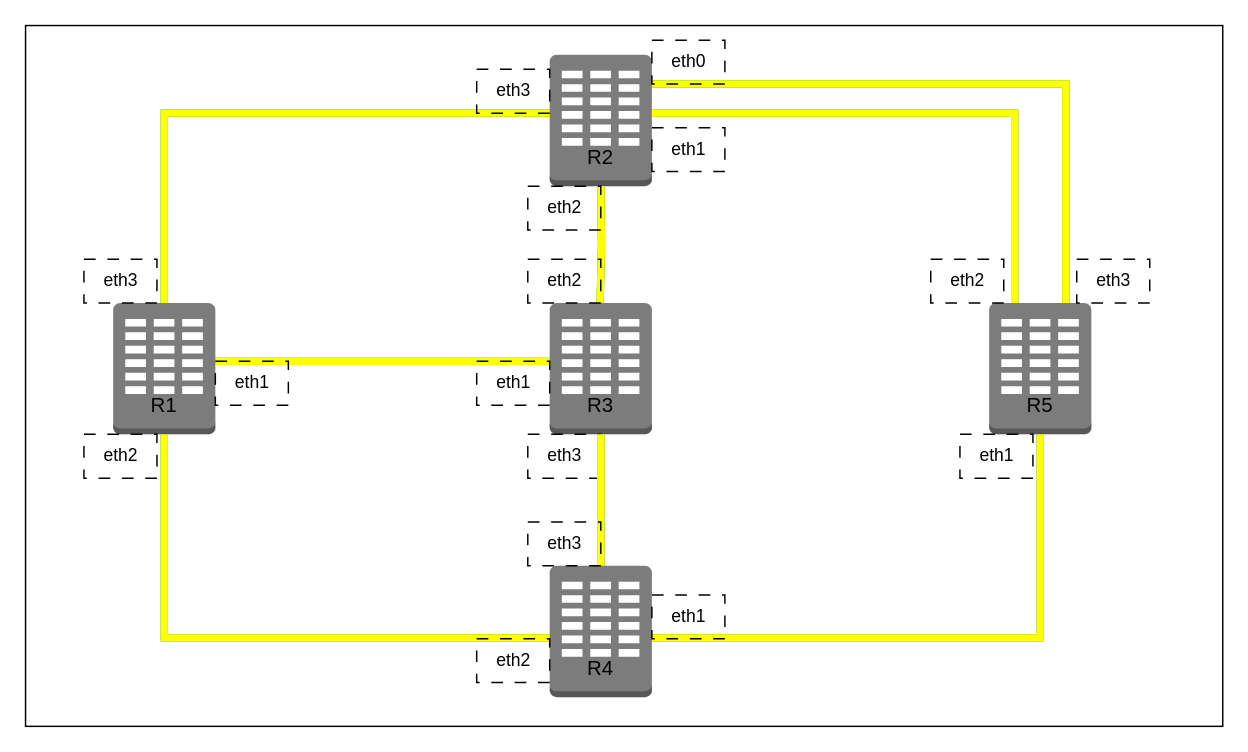
UsamG1t/Nets_ASVK_Labs keeps this draw.io diagram as 06_STP/Attached_materials/06_STP_work.drawio. Above is the earlier version. Source tidied: cells renumbered, new cells numbered last; positions are measured from the earlier drawing's top-left corner, leaving out a move shared by most shapes. Both pictures are drawn from the tidied source at 146%, with x=0, y=0 at pixel (25, 25).
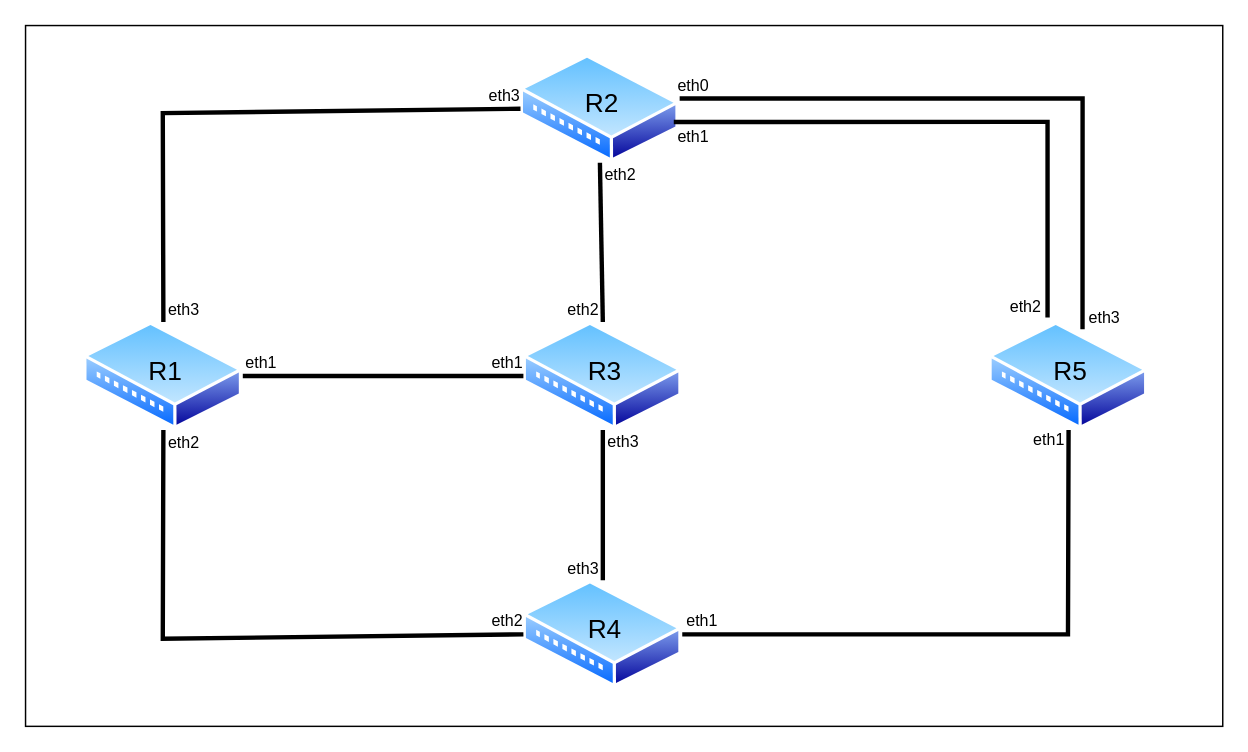
The same page after the edit.

Change to the diagram source:
```diff
@@
-    <mxCell id="3" style="group;" parent="1" vertex="1">
-      <mxGeometry x="60" y="190" width="70" height="100" as="geometry" />
-    </mxCell>
-    <mxCell id="4" style="outlineConnect=0;dashed=0;verticalLabelPosition=bottom;verticalAlign=top;align=center;html=1;shape=mxgraph.aws3.corporate_data_center;fillColor=#7D7C7C;gradientColor=none;" parent="3" vertex="1">
-      <mxGeometry width="70" height="90" as="geometry" />
-    </mxCell>
+    <mxCell id="42" style="image;perimeter=ellipsePerimeter;html=1;align=center;shadow=0;dashed=0;spacingTop=3;image=img/lib/active_directory/wiring_hub.svg;" parent="1" vertex="1">
+      <mxGeometry x="40" y="203" width="108.8" height="74" as="geometry" />
+    </mxCell>
-    <mxCell id="5" value="&lt;span style=&quot;font-size: 14px;&quot;&gt;R1&lt;/span&gt;" style="text;html=1;align=center;verticalAlign=middle;whiteSpace=wrap;rounded=0;" parent="3" vertex="1">
-      <mxGeometry y="40" width="70" height="60" as="geometry" />
+    <mxCell id="5" value="&lt;font style=&quot;font-size: 18px;&quot;&gt;R1&lt;/font&gt;" style="text;html=1;align=center;verticalAlign=middle;whiteSpace=wrap;rounded=0;" parent="1" vertex="1">
+      <mxGeometry x="61.4" y="212" width="70" height="50" as="geometry" />
     </mxCell>
-    <mxCell id="6" style="group;" parent="1" vertex="1">
-      <mxGeometry x="359" y="20" width="70" height="120" as="geometry" />
-    </mxCell>
-    <mxCell id="7" style="dashed=0;verticalLabelPosition=bottom;verticalAlign=top;align=center;html=1;shape=mxgraph.aws3.corporate_data_center;fillColor=#7D7C7C;gradientColor=none;" parent="6" vertex="1">
-      <mxGeometry width="70" height="90" as="geometry" />
-    </mxCell>
+    <mxCell id="43" style="image;perimeter=ellipsePerimeter;html=1;align=center;shadow=0;dashed=0;spacingTop=3;image=img/lib/active_directory/wiring_hub.svg;" parent="1" vertex="1">
+      <mxGeometry x="339" y="20" width="108.8" height="74" as="geometry" />
+    </mxCell>
-    <mxCell id="8" value="&lt;span style=&quot;font-size: 14px;&quot;&gt;R2&lt;/span&gt;" style="text;html=1;align=center;verticalAlign=middle;whiteSpace=wrap;rounded=0;" parent="6" vertex="1">
-      <mxGeometry y="40" width="70" height="60" as="geometry" />
+    <mxCell id="8" value="&lt;font style=&quot;font-size: 18px;&quot;&gt;R2&lt;/font&gt;" style="text;html=1;align=center;verticalAlign=middle;whiteSpace=wrap;rounded=0;" parent="1" vertex="1">
+      <mxGeometry x="360.4" y="29" width="70" height="50" as="geometry" />
     </mxCell>
-    <mxCell id="9" style="group;" parent="1" vertex="1">
-      <mxGeometry x="359" y="190" width="70" height="120" as="geometry" />
-    </mxCell>
-    <mxCell id="10" style="dashed=0;verticalLabelPosition=bottom;verticalAlign=top;align=center;html=1;shape=mxgraph.aws3.corporate_data_center;fillColor=#7D7C7C;gradientColor=none;" parent="9" vertex="1">
-      <mxGeometry width="70" height="90" as="geometry" />
-    </mxCell>
+    <mxCell id="44" style="image;perimeter=ellipsePerimeter;html=1;align=center;shadow=0;dashed=0;spacingTop=3;image=img/lib/active_directory/wiring_hub.svg;" parent="1" vertex="1">
+      <mxGeometry x="341" y="380" width="108.8" height="74" as="geometry" />
+    </mxCell>
+    <mxCell id="15" value="&lt;font style=&quot;font-size: 18px;&quot;&gt;R4&lt;/font&gt;" style="text;html=1;align=center;verticalAlign=middle;whiteSpace=wrap;rounded=0;" parent="1" vertex="1">
+      <mxGeometry x="362.4" y="389" width="70" height="50" as="geometry" />
+    </mxCell>
+    <mxCell id="45" style="image;perimeter=ellipsePerimeter;html=1;align=center;shadow=0;dashed=0;spacingTop=3;image=img/lib/active_directory/wiring_hub.svg;" parent="1" vertex="1">
+      <mxGeometry x="660" y="203" width="108.8" height="74" as="geometry" />
+    </mxCell>
+    <mxCell id="18" value="&lt;font style=&quot;font-size: 18px;&quot;&gt;R5&lt;/font&gt;" style="text;html=1;align=center;verticalAlign=middle;whiteSpace=wrap;rounded=0;" parent="1" vertex="1">
+      <mxGeometry x="681.4" y="212" width="70" height="50" as="geometry" />
+    </mxCell>
+    <mxCell id="46" style="image;perimeter=ellipsePerimeter;html=1;align=center;shadow=0;dashed=0;spacingTop=3;image=img/lib/active_directory/wiring_hub.svg;" parent="1" vertex="1">
+      <mxGeometry x="341" y="203" width="108.8" height="74" as="geometry" />
+    </mxCell>
-    <mxCell id="11" value="&lt;span style=&quot;font-size: 14px;&quot;&gt;R3&lt;/span&gt;" style="text;html=1;align=center;verticalAlign=middle;whiteSpace=wrap;rounded=0;" parent="9" vertex="1">
-      <mxGeometry y="40" width="70" height="60" as="geometry" />
+    <mxCell id="11" value="&lt;font style=&quot;font-size: 18px;&quot;&gt;R3&lt;/font&gt;" style="text;html=1;align=center;verticalAlign=middle;whiteSpace=wrap;rounded=0;" parent="1" vertex="1">
+      <mxGeometry x="362.4" y="212" width="70" height="50" as="geometry" />
     </mxCell>
-    <mxCell id="12" value="eth3" style="text;html=1;align=center;verticalAlign=middle;strokeColor=light-dark(#000000,#000000);fillColor=none;perimeterSpacing=1;dashed=1;dashPattern=8 8;fontColor=light-dark(#000000,#000000);" parent="9" vertex="1">
-      <mxGeometry x="-15" y="90" width="50" height="30" as="geometry" />
-    </mxCell>
-    <mxCell id="13" style="group;" parent="1" vertex="1">
-      <mxGeometry x="359" y="370" width="70" height="100" as="geometry" />
-    </mxCell>
-    <mxCell id="14" style="outlineConnect=0;dashed=0;verticalLabelPosition=bottom;verticalAlign=top;align=center;html=1;shape=mxgraph.aws3.corporate_data_center;fillColor=#7D7C7C;gradientColor=none;" parent="13" vertex="1">
-      <mxGeometry width="70" height="90" as="geometry" />
-    </mxCell>
-    <mxCell id="15" value="&lt;span style=&quot;font-size: 14px;&quot;&gt;R4&lt;/span&gt;" style="text;html=1;align=center;verticalAlign=middle;whiteSpace=wrap;rounded=0;" parent="13" vertex="1">
-      <mxGeometry y="40" width="70" height="60" as="geometry" />
-    </mxCell>
-    <mxCell id="16" style="group;" parent="1" vertex="1">
-      <mxGeometry x="660" y="190" width="70" height="100" as="geometry" />
-    </mxCell>
-    <mxCell id="17" style="outlineConnect=0;dashed=0;verticalLabelPosition=bottom;verticalAlign=top;align=center;html=1;shape=mxgraph.aws3.corporate_data_center;fillColor=#7D7C7C;gradientColor=none;" parent="16" vertex="1">
-      <mxGeometry width="70" height="90" as="geometry" />
-    </mxCell>
-    <mxCell id="18" value="&lt;span style=&quot;font-size: 14px;&quot;&gt;R5&lt;/span&gt;" style="text;html=1;align=center;verticalAlign=middle;whiteSpace=wrap;rounded=0;" parent="16" vertex="1">
-      <mxGeometry y="40" width="70" height="60" as="geometry" />
-    </mxCell>
-    <mxCell id="19" style="shape=wire;edgeStyle=orthogonalEdgeStyle;jettySize=auto;html=1;sourcePerimeterSpacing=0;targetPerimeterSpacing=0;endArrow=none;curved=0;rounded=0;strokeColor=#009900;fillColor=#ffff00;fixDash=1;startSize=6;endSize=6;exitX=1;exitY=0;exitDx=0;exitDy=0;entryX=0;entryY=0;entryDx=0;entryDy=0;strokeWidth=5;" parent="1" edge="1" source="5" target="11">
-      <mxGeometry relative="1" as="geometry">
-        <Array as="points">
-          <mxPoint x="350" y="230" />
-          <mxPoint x="350" y="230" />
-        </Array>
-      </mxGeometry>
-    </mxCell>
-    <mxCell id="20" style="shape=wire;edgeStyle=orthogonalEdgeStyle;jettySize=auto;html=1;sourcePerimeterSpacing=0;targetPerimeterSpacing=0;endArrow=none;curved=0;rounded=0;strokeColor=#009900;fillColor=#ffff00;fixDash=1;startSize=6;endSize=6;exitX=0.5;exitY=0;exitDx=0;exitDy=0;entryX=0;entryY=0;entryDx=0;entryDy=0;strokeWidth=5;exitPerimeter=0;" parent="1" edge="1" source="4">
-      <mxGeometry relative="1" as="geometry">
-        <mxPoint x="359" y="60" as="targetPoint" />
-        <Array as="points">
-          <mxPoint x="95" y="60" />
-        </Array>
-      </mxGeometry>
-    </mxCell>
-    <mxCell id="21" style="shape=wire;edgeStyle=orthogonalEdgeStyle;jettySize=auto;html=1;sourcePerimeterSpacing=0;targetPerimeterSpacing=0;endArrow=none;curved=0;rounded=0;strokeColor=#009900;fillColor=#ffff00;fixDash=1;startSize=6;endSize=6;entryX=0.5;entryY=0;entryDx=0;entryDy=0;strokeWidth=5;entryPerimeter=0;exitX=0.5;exitY=0.833;exitDx=0;exitDy=0;exitPerimeter=0;" parent="1" edge="1" source="11" target="14">
-      <mxGeometry relative="1" as="geometry" />
-    </mxCell>
-    <mxCell id="22" style="shape=wire;edgeStyle=orthogonalEdgeStyle;orthogonalLoop=1;jettySize=auto;html=1;sourcePerimeterSpacing=0;targetPerimeterSpacing=0;endArrow=none;curved=0;rounded=0;strokeColor=#009900;fillColor=#ffff00;fixDash=1;startSize=6;endSize=6;entryX=0.5;entryY=0;entryDx=0;entryDy=0;strokeWidth=5;entryPerimeter=0;" parent="1" edge="1">
-      <mxGeometry relative="1" as="geometry">
-        <mxPoint x="394" y="110" as="sourcePoint" />
-        <mxPoint x="393.5" y="190" as="targetPoint" />
-      </mxGeometry>
-    </mxCell>
-    <mxCell id="23" style="shape=wire;edgeStyle=orthogonalEdgeStyle;jettySize=auto;html=1;sourcePerimeterSpacing=0;targetPerimeterSpacing=0;endArrow=none;curved=0;rounded=0;strokeColor=#009900;fillColor=#ffff00;fixDash=1;startSize=6;endSize=6;entryX=0.75;entryY=0;entryDx=0;entryDy=0;strokeWidth=5;entryPerimeter=0;" parent="1" edge="1" target="17">
-      <mxGeometry relative="1" as="geometry">
-        <mxPoint x="430" y="40" as="sourcePoint" />
-        <Array as="points">
-          <mxPoint x="429" y="40" />
-          <mxPoint x="713" y="40" />
-        </Array>
-      </mxGeometry>
-    </mxCell>
-    <mxCell id="24" style="shape=wire;edgeStyle=orthogonalEdgeStyle;jettySize=auto;html=1;sourcePerimeterSpacing=0;targetPerimeterSpacing=0;endArrow=none;curved=0;rounded=0;strokeColor=#009900;fillColor=#ffff00;fixDash=1;startSize=6;endSize=6;exitX=1;exitY=0;exitDx=0;exitDy=0;entryX=0.25;entryY=0;entryDx=0;entryDy=0;strokeWidth=5;entryPerimeter=0;" parent="1" edge="1" source="8" target="17">
-      <mxGeometry relative="1" as="geometry">
-        <Array as="points">
-          <mxPoint x="678" y="60" />
-        </Array>
-      </mxGeometry>
-    </mxCell>
-    <mxCell id="25" style="shape=wire;edgeStyle=orthogonalEdgeStyle;orthogonalLoop=1;jettySize=auto;html=1;sourcePerimeterSpacing=0;targetPerimeterSpacing=0;endArrow=none;curved=0;rounded=0;strokeColor=#009900;fillColor=#ffff00;fixDash=1;startSize=6;endSize=6;entryX=0;entryY=0;entryDx=0;entryDy=0;strokeWidth=5;" parent="1" edge="1">
-      <mxGeometry relative="1" as="geometry">
-        <mxPoint x="95" y="280" as="sourcePoint" />
-        <mxPoint x="359" y="419.5" as="targetPoint" />
-        <Array as="points">
-          <mxPoint x="95" y="420" />
-        </Array>
-      </mxGeometry>
-    </mxCell>
-    <mxCell id="26" style="shape=wire;edgeStyle=orthogonalEdgeStyle;orthogonalLoop=1;jettySize=auto;html=1;sourcePerimeterSpacing=0;targetPerimeterSpacing=0;endArrow=none;curved=0;rounded=0;strokeColor=#009900;fillColor=#ffff00;fixDash=1;startSize=6;endSize=6;exitX=1;exitY=0;exitDx=0;exitDy=0;strokeWidth=5;" parent="1" edge="1">
-      <mxGeometry relative="1" as="geometry">
-        <mxPoint x="429" y="419.5" as="sourcePoint" />
-        <mxPoint x="695" y="280" as="targetPoint" />
-        <Array as="points">
-          <mxPoint x="695" y="420" />
-        </Array>
-      </mxGeometry>
-    </mxCell>
-    <mxCell id="27" value="eth1" style="text;html=1;align=center;verticalAlign=middle;strokeColor=light-dark(#000000,#000000);fillColor=none;perimeterSpacing=1;dashed=1;dashPattern=8 8;fontColor=light-dark(#000000,#000000);" parent="1" vertex="1">
-      <mxGeometry x="130" y="230" width="50" height="30" as="geometry" />
-    </mxCell>
-    <mxCell id="28" value="eth1" style="text;html=1;align=center;verticalAlign=middle;strokeColor=light-dark(#000000,#000000);fillColor=none;perimeterSpacing=1;dashed=1;dashPattern=8 8;fontColor=light-dark(#000000,#000000);" parent="1" vertex="1">
-      <mxGeometry x="309" y="230" width="50" height="30" as="geometry" />
-    </mxCell>
-    <mxCell id="29" value="eth2" style="text;html=1;align=center;verticalAlign=middle;strokeColor=light-dark(#000000,#000000);fillColor=none;perimeterSpacing=1;dashed=1;dashPattern=8 8;fontColor=light-dark(#000000,#000000);" parent="1" vertex="1">
-      <mxGeometry x="40" y="280" width="50" height="30" as="geometry" />
-    </mxCell>
-    <mxCell id="30" value="eth2" style="text;html=1;align=center;verticalAlign=middle;strokeColor=light-dark(#000000,#000000);fillColor=none;perimeterSpacing=1;dashed=1;dashPattern=8 8;fontColor=light-dark(#000000,#000000);" parent="1" vertex="1">
-      <mxGeometry x="309" y="420" width="50" height="30" as="geometry" />
-    </mxCell>
-    <mxCell id="31" value="eth2" style="text;html=1;align=center;verticalAlign=middle;strokeColor=light-dark(#000000,#000000);fillColor=none;perimeterSpacing=1;dashed=1;dashPattern=8 8;fontColor=light-dark(#000000,#000000);" parent="1" vertex="1">
-      <mxGeometry x="344" y="160" width="50" height="30" as="geometry" />
-    </mxCell>
-    <mxCell id="32" value="eth2" style="text;html=1;align=center;verticalAlign=middle;strokeColor=light-dark(#000000,#000000);fillColor=none;perimeterSpacing=1;dashed=1;dashPattern=8 8;fontColor=light-dark(#000000,#000000);" parent="1" vertex="1">
-      <mxGeometry x="344" y="110" width="50" height="30" as="geometry" />
-    </mxCell>
-    <mxCell id="33" value="eth3" style="text;html=1;align=center;verticalAlign=middle;strokeColor=light-dark(#000000,#000000);fillColor=none;perimeterSpacing=1;dashed=1;dashPattern=8 8;fontColor=light-dark(#000000,#000000);" parent="1" vertex="1">
-      <mxGeometry x="40" y="160" width="50" height="30" as="geometry" />
-    </mxCell>
-    <mxCell id="34" value="eth3" style="text;html=1;align=center;verticalAlign=middle;strokeColor=light-dark(#000000,#000000);fillColor=none;perimeterSpacing=1;dashed=1;dashPattern=8 8;fontColor=light-dark(#000000,#000000);" parent="1" vertex="1">
-      <mxGeometry x="309" y="30" width="50" height="30" as="geometry" />
-    </mxCell>
-    <mxCell id="35" value="eth3" style="text;html=1;align=center;verticalAlign=middle;strokeColor=light-dark(#000000,#000000);fillColor=none;perimeterSpacing=1;dashed=1;dashPattern=8 8;fontColor=light-dark(#000000,#000000);" parent="1" vertex="1">
-      <mxGeometry x="344" y="340" width="50" height="30" as="geometry" />
-    </mxCell>
-    <mxCell id="36" value="eth1" style="text;html=1;align=center;verticalAlign=middle;strokeColor=light-dark(#000000,#000000);fillColor=none;perimeterSpacing=1;dashed=1;dashPattern=8 8;fontColor=light-dark(#000000,#000000);" parent="1" vertex="1">
-      <mxGeometry x="429" y="390" width="50" height="30" as="geometry" />
-    </mxCell>
-    <mxCell id="37" value="eth1" style="text;html=1;align=center;verticalAlign=middle;strokeColor=light-dark(#000000,#000000);fillColor=none;perimeterSpacing=1;dashed=1;dashPattern=8 8;fontColor=light-dark(#000000,#000000);" parent="1" vertex="1">
-      <mxGeometry x="429" y="70" width="50" height="30" as="geometry" />
-    </mxCell>
+    <mxCell id="47" style="endArrow=none;html=1;rounded=0;strokeWidth=3;endFill=0;strokeColor=#000000;exitX=1;exitY=0.5;exitDx=0;exitDy=0;entryX=0.5;entryY=1;entryDx=0;entryDy=0;" parent="1" edge="1" source="44" target="45">
+      <mxGeometry relative="1" as="geometry">
+        <Array as="points">
+          <mxPoint x="714" y="417" />
+        </Array>
+      </mxGeometry>
+    </mxCell>
+    <mxCell id="48" value="eth1" style="edgeLabel;html=1;align=left;verticalAlign=bottom;" parent="47" vertex="1">
+      <mxGeometry x="-1" relative="1" as="geometry">
+        <mxPoint x="1" y="-1" as="offset" />
+      </mxGeometry>
+    </mxCell>
+    <mxCell id="49" value="eth1" style="edgeLabel;html=1;align=right;verticalAlign=bottom;" parent="47" vertex="1">
+      <mxGeometry x="1" relative="1" as="geometry">
+        <mxPoint x="-2" y="15" as="offset" />
+      </mxGeometry>
+    </mxCell>
+    <mxCell id="50" style="endArrow=none;html=1;rounded=0;strokeWidth=3;endFill=0;strokeColor=#000000;exitX=1.002;exitY=0.405;exitDx=0;exitDy=0;exitPerimeter=0;entryX=0.608;entryY=-0.08;entryDx=0;entryDy=0;entryPerimeter=0;" parent="1" edge="1" source="43" target="18">
+      <mxGeometry relative="1" as="geometry">
+        <Array as="points">
+          <mxPoint x="724" y="50" />
+        </Array>
+      </mxGeometry>
+    </mxCell>
-    <mxCell id="38" value="eth0" style="text;html=1;align=center;verticalAlign=middle;strokeColor=light-dark(#000000,#000000);fillColor=none;perimeterSpacing=1;dashed=1;dashPattern=8 8;fontColor=light-dark(#000000,#000000);" parent="1" vertex="1">
-      <mxGeometry x="429" y="10" width="50" height="30" as="geometry" />
+    <mxCell id="38" value="eth0" style="edgeLabel;html=1;align=left;verticalAlign=bottom;" parent="50" vertex="1">
+      <mxGeometry x="-1" relative="1" as="geometry">
+        <mxPoint x="-3" y="-1" as="offset" />
+      </mxGeometry>
     </mxCell>
-    <mxCell id="39" value="eth1" style="text;html=1;align=center;verticalAlign=middle;strokeColor=light-dark(#000000,#000000);fillColor=none;perimeterSpacing=1;dashed=1;dashPattern=8 8;fontColor=light-dark(#000000,#000000);" parent="1" vertex="1">
-      <mxGeometry x="640" y="280" width="50" height="30" as="geometry" />
-    </mxCell>
-    <mxCell id="40" value="eth3" style="text;html=1;align=center;verticalAlign=middle;strokeColor=light-dark(#000000,#000000);fillColor=none;perimeterSpacing=1;dashed=1;dashPattern=8 8;fontColor=light-dark(#000000,#000000);" parent="1" vertex="1">
-      <mxGeometry x="720" y="160" width="50" height="30" as="geometry" />
-    </mxCell>
-    <mxCell id="41" value="eth2" style="text;html=1;align=center;verticalAlign=middle;strokeColor=light-dark(#000000,#000000);fillColor=none;perimeterSpacing=1;dashed=1;dashPattern=8 8;fontColor=light-dark(#000000,#000000);" parent="1" vertex="1">
-      <mxGeometry x="620" y="160" width="50" height="30" as="geometry" />
-    </mxCell>
+    <mxCell id="51" value="eth3" style="edgeLabel;html=1;align=right;verticalAlign=bottom;" parent="50" vertex="1">
+      <mxGeometry x="1" relative="1" as="geometry">
+        <mxPoint x="26" as="offset" />
+      </mxGeometry>
+    </mxCell>
+    <mxCell id="52" style="endArrow=none;html=1;rounded=0;strokeWidth=3;endFill=0;strokeColor=#000000;exitX=0.5;exitY=1;exitDx=0;exitDy=0;entryX=0.5;entryY=0;entryDx=0;entryDy=0;" parent="1" edge="1" source="46" target="44">
+      <mxGeometry relative="1" as="geometry" />
+    </mxCell>
+    <mxCell id="53" value="eth3" style="edgeLabel;html=1;align=left;verticalAlign=bottom;" parent="52" vertex="1">
+      <mxGeometry x="-1" relative="1" as="geometry">
+        <mxPoint x="2" y="16" as="offset" />
+      </mxGeometry>
+    </mxCell>
+    <mxCell id="54" value="eth3" style="edgeLabel;html=1;align=right;verticalAlign=bottom;" parent="52" vertex="1">
+      <mxGeometry x="1" relative="1" as="geometry">
+        <mxPoint x="-2" as="offset" />
+      </mxGeometry>
+    </mxCell>
+    <mxCell id="55" style="endArrow=none;html=1;rounded=0;strokeWidth=3;endFill=0;strokeColor=#000000;exitX=0.5;exitY=1;exitDx=0;exitDy=0;entryX=0.5;entryY=0;entryDx=0;entryDy=0;" parent="1" edge="1" source="43" target="46">
+      <mxGeometry relative="1" as="geometry" />
+    </mxCell>
+    <mxCell id="56" value="eth2" style="edgeLabel;html=1;align=left;verticalAlign=bottom;" parent="55" vertex="1">
+      <mxGeometry x="-1" relative="1" as="geometry">
+        <mxPoint x="2" y="16" as="offset" />
+      </mxGeometry>
+    </mxCell>
+    <mxCell id="57" value="eth2" style="edgeLabel;html=1;align=right;verticalAlign=bottom;" parent="55" vertex="1">
+      <mxGeometry x="1" relative="1" as="geometry">
+        <mxPoint x="-2" as="offset" />
+      </mxGeometry>
+    </mxCell>
+    <mxCell id="58" style="endArrow=none;html=1;rounded=0;strokeWidth=3;endFill=0;strokeColor=#000000;entryX=0;entryY=0.5;entryDx=0;entryDy=0;exitX=0.5;exitY=0;exitDx=0;exitDy=0;" parent="1" edge="1" source="42" target="43">
+      <mxGeometry relative="1" as="geometry">
+        <Array as="points">
+          <mxPoint x="94" y="60" />
+        </Array>
+      </mxGeometry>
+    </mxCell>
+    <mxCell id="59" value="eth3" style="edgeLabel;html=1;align=left;verticalAlign=bottom;" parent="58" vertex="1">
+      <mxGeometry x="-1" relative="1" as="geometry">
+        <mxPoint x="2" as="offset" />
+      </mxGeometry>
+    </mxCell>
+    <mxCell id="60" value="eth3" style="edgeLabel;html=1;align=right;verticalAlign=bottom;" parent="58" vertex="1">
+      <mxGeometry x="1" relative="1" as="geometry">
+        <mxPoint y="-1" as="offset" />
+      </mxGeometry>
+    </mxCell>
+    <mxCell id="61" style="endArrow=none;html=1;rounded=0;strokeWidth=3;endFill=0;strokeColor=#000000;entryX=0;entryY=0.5;entryDx=0;entryDy=0;exitX=0.5;exitY=1;exitDx=0;exitDy=0;" parent="1" edge="1">
+      <mxGeometry relative="1" as="geometry">
+        <mxPoint x="94.4" y="277" as="sourcePoint" />
+        <mxPoint x="341" y="417" as="targetPoint" />
+        <Array as="points">
+          <mxPoint x="94" y="420" />
+        </Array>
+      </mxGeometry>
+    </mxCell>
+    <mxCell id="62" value="eth2" style="edgeLabel;html=1;align=left;verticalAlign=bottom;" parent="61" vertex="1">
+      <mxGeometry x="-1" relative="1" as="geometry">
+        <mxPoint x="2" y="17" as="offset" />
+      </mxGeometry>
+    </mxCell>
+    <mxCell id="63" value="eth2" style="edgeLabel;html=1;align=right;verticalAlign=bottom;" parent="61" vertex="1">
+      <mxGeometry x="1" relative="1" as="geometry">
+        <mxPoint y="-1" as="offset" />
+      </mxGeometry>
+    </mxCell>
+    <mxCell id="64" style="endArrow=none;html=1;rounded=0;strokeWidth=3;endFill=0;strokeColor=#000000;exitX=1;exitY=0.5;exitDx=0;exitDy=0;entryX=0;entryY=0.5;entryDx=0;entryDy=0;" parent="1" edge="1" source="42" target="46">
+      <mxGeometry relative="1" as="geometry" />
+    </mxCell>
+    <mxCell id="65" value="eth1" style="edgeLabel;html=1;align=left;verticalAlign=bottom;" parent="64" vertex="1">
+      <mxGeometry x="-1" relative="1" as="geometry">
+        <mxPoint y="-1" as="offset" />
+      </mxGeometry>
+    </mxCell>
+    <mxCell id="66" value="eth1" style="edgeLabel;html=1;align=right;verticalAlign=bottom;" parent="64" vertex="1">
+      <mxGeometry x="1" relative="1" as="geometry">
+        <mxPoint y="-1" as="offset" />
+      </mxGeometry>
+    </mxCell>
+    <mxCell id="67" style="endArrow=none;html=1;rounded=0;strokeWidth=3;endFill=0;strokeColor=#000000;exitX=0.965;exitY=0.622;exitDx=0;exitDy=0;exitPerimeter=0;" parent="1" edge="1" source="43">
+      <mxGeometry relative="1" as="geometry">
+        <mxPoint x="700" y="200" as="targetPoint" />
+        <Array as="points">
+          <mxPoint x="700" y="66" />
+        </Array>
+      </mxGeometry>
+    </mxCell>
+    <mxCell id="68" value="eth1" style="edgeLabel;html=1;align=left;verticalAlign=bottom;" parent="67" vertex="1">
+      <mxGeometry x="-1" relative="1" as="geometry">
+        <mxPoint x="1" y="18" as="offset" />
+      </mxGeometry>
+    </mxCell>
+    <mxCell id="69" value="eth2" style="edgeLabel;html=1;align=right;verticalAlign=bottom;" parent="67" vertex="1">
+      <mxGeometry x="1" relative="1" as="geometry">
+        <mxPoint x="-4" y="1" as="offset" />
+      </mxGeometry>
+    </mxCell>
```
